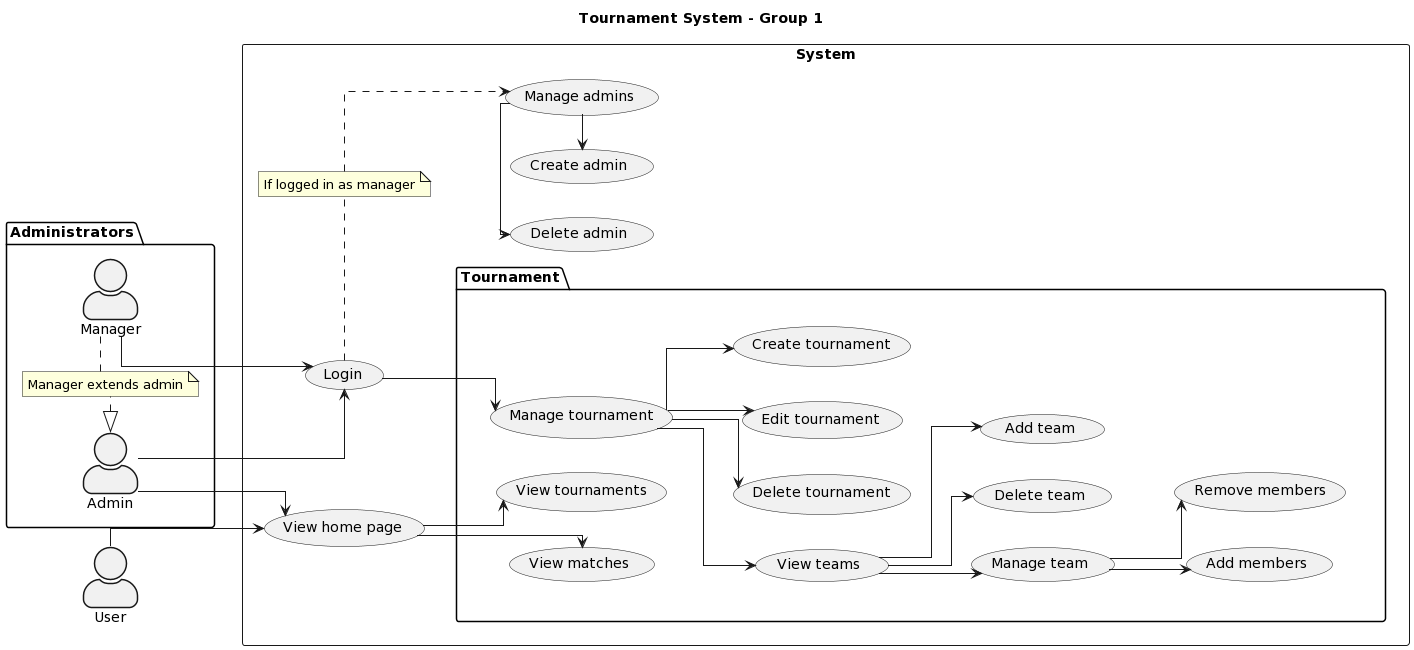
felixalbrigtsen/asura-tmdb keeps this PlantUML diagram as documentation/renders/useCaseDiagram.png. Above is the earlier version.
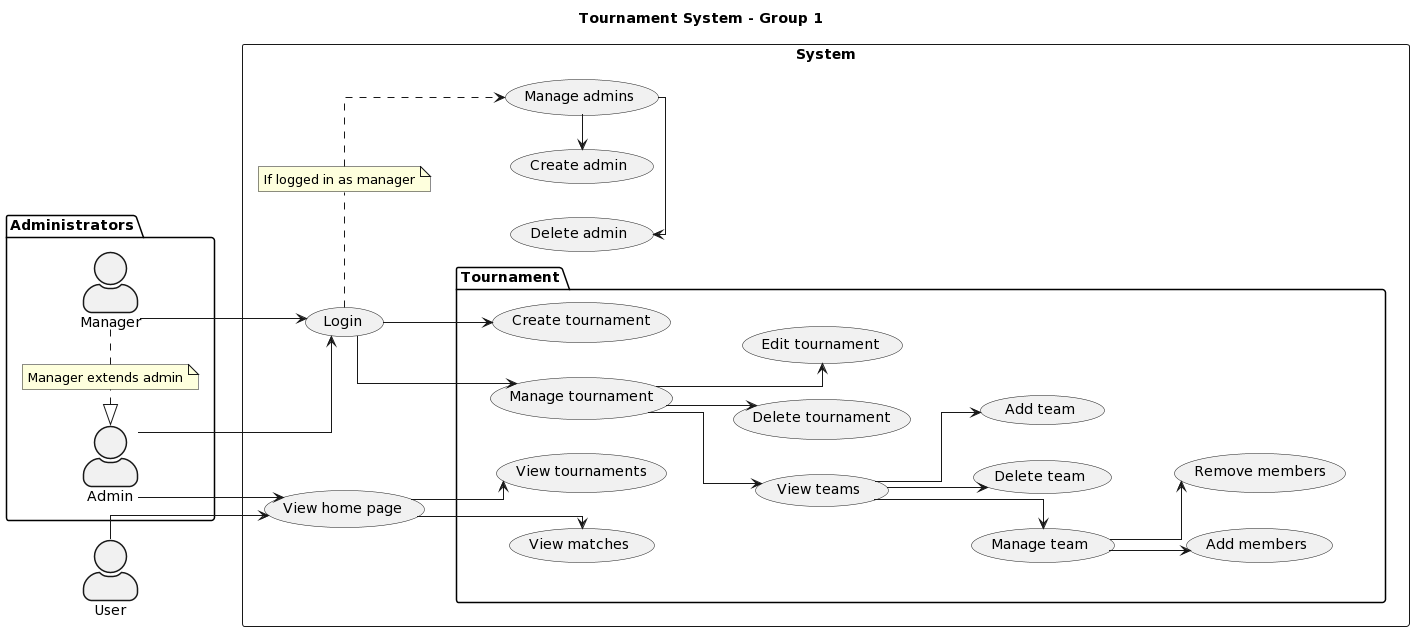
The same diagram one commit later.

Commit message:
Revised create tournament path

What changed in the source:
```diff
@@ -27,8 +27,8 @@
 
     package Tournament {
         usecase "Manage tournament" as MngTou
+        usecase "Create tournament" as TouCreateT
         together {
-            usecase "Create tournament" as TouCreateT
             usecase "Edit tournament" as TouEdit
             usecase "Delete tournament" as TouDelete
             usecase "View teams" as TeamView
@@ -59,11 +59,11 @@
 u1 --> HomeView
 
 SysLogin --> MngTou
+SysLogin --> TouCreateT
 
 SysMngAdm -l--> SysCrtAdm
 SysMngAdm -l--> SysDelAdm
 
-MngTou --> TouCreateT
 MngTou --> TouEdit
 MngTou --> TouDelete
 MngTou --> TeamView
```
